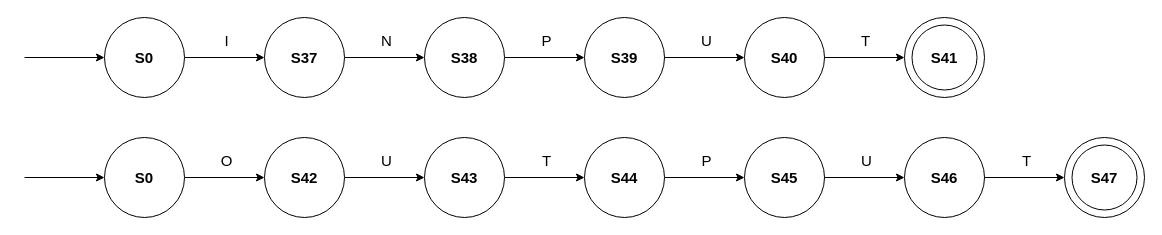
Above: i/oWords.drawio in MonaJea-Ng/Projects (draw.io), before the change. Source tidied: cells renumbered, new cells numbered last; positions are measured from the earlier drawing's top-left corner, leaving out a move shared by most shapes. Both pictures are drawn from the tidied source at 100%, with x=0, y=0 at pixel (24, 17).
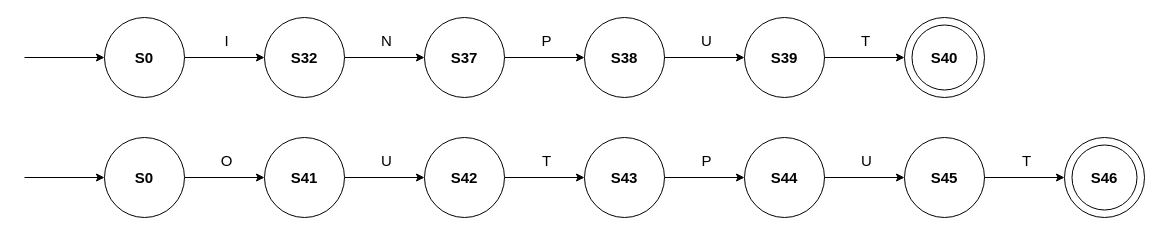
After the change.

Diff of the diagram source:
```diff
@@
-    <mxCell id="6" value="&lt;b style=&quot;font-size: 15px;&quot;&gt;S39&lt;/b&gt;" style="text;html=1;strokeColor=none;fillColor=none;align=center;verticalAlign=middle;whiteSpace=wrap;rounded=0;fontSize=15;" parent="1" vertex="1">
+    <mxCell id="6" value="&lt;b style=&quot;font-size: 15px;&quot;&gt;S38&lt;/b&gt;" style="text;html=1;strokeColor=none;fillColor=none;align=center;verticalAlign=middle;whiteSpace=wrap;rounded=0;fontSize=15;" parent="1" vertex="1">
       <mxGeometry x="570" y="25" width="60" height="30" as="geometry" />
     </mxCell>
-    <mxCell id="7" value="&lt;b&gt;&lt;font style=&quot;font-size: 15px;&quot;&gt;S40&lt;/font&gt;&lt;/b&gt;" style="text;html=1;strokeColor=none;fillColor=none;align=center;verticalAlign=middle;whiteSpace=wrap;rounded=0;" parent="1" vertex="1">
+    <mxCell id="7" value="&lt;b&gt;&lt;font style=&quot;font-size: 15px;&quot;&gt;S39&lt;/font&gt;&lt;/b&gt;" style="text;html=1;strokeColor=none;fillColor=none;align=center;verticalAlign=middle;whiteSpace=wrap;rounded=0;" parent="1" vertex="1">
       <mxGeometry x="730" y="25" width="60" height="30" as="geometry" />
     </mxCell>
@@
-    <mxCell id="12" value="&lt;b&gt;&lt;font style=&quot;font-size: 15px;&quot;&gt;S41&lt;/font&gt;&lt;/b&gt;" style="text;html=1;strokeColor=none;fillColor=none;align=center;verticalAlign=middle;whiteSpace=wrap;rounded=0;" parent="1" vertex="1">
+    <mxCell id="12" value="&lt;b&gt;&lt;font style=&quot;font-size: 15px;&quot;&gt;S40&lt;/font&gt;&lt;/b&gt;" style="text;html=1;strokeColor=none;fillColor=none;align=center;verticalAlign=middle;whiteSpace=wrap;rounded=0;" parent="1" vertex="1">
       <mxGeometry x="890" y="25" width="60" height="30" as="geometry" />
     </mxCell>
@@
-    <mxCell id="16" value="&lt;b style=&quot;font-size: 15px;&quot;&gt;S38&lt;/b&gt;" style="text;html=1;strokeColor=none;fillColor=none;align=center;verticalAlign=middle;whiteSpace=wrap;rounded=0;fontSize=15;" parent="1" vertex="1">
+    <mxCell id="16" value="&lt;b style=&quot;font-size: 15px;&quot;&gt;S37&lt;/b&gt;" style="text;html=1;strokeColor=none;fillColor=none;align=center;verticalAlign=middle;whiteSpace=wrap;rounded=0;fontSize=15;" parent="1" vertex="1">
       <mxGeometry x="410" y="25" width="60" height="30" as="geometry" />
     </mxCell>
@@
-    <mxCell id="19" value="&lt;b style=&quot;font-size: 15px;&quot;&gt;S37&lt;/b&gt;" style="text;html=1;strokeColor=none;fillColor=none;align=center;verticalAlign=middle;whiteSpace=wrap;rounded=0;fontSize=15;" parent="1" vertex="1">
+    <mxCell id="19" value="&lt;b style=&quot;font-size: 15px;&quot;&gt;S32&lt;/b&gt;" style="text;html=1;strokeColor=none;fillColor=none;align=center;verticalAlign=middle;whiteSpace=wrap;rounded=0;fontSize=15;" parent="1" vertex="1">
       <mxGeometry x="250" y="25" width="60" height="30" as="geometry" />
     </mxCell>
@@
-    <mxCell id="30" value="&lt;b style=&quot;font-size: 15px;&quot;&gt;S45&lt;/b&gt;" style="text;html=1;strokeColor=none;fillColor=none;align=center;verticalAlign=middle;whiteSpace=wrap;rounded=0;fontSize=15;" parent="1" vertex="1">
+    <mxCell id="30" value="&lt;b style=&quot;font-size: 15px;&quot;&gt;S44&lt;/b&gt;" style="text;html=1;strokeColor=none;fillColor=none;align=center;verticalAlign=middle;whiteSpace=wrap;rounded=0;fontSize=15;" parent="1" vertex="1">
       <mxGeometry x="730" y="145" width="60" height="30" as="geometry" />
     </mxCell>
-    <mxCell id="31" value="&lt;b&gt;&lt;font style=&quot;font-size: 15px;&quot;&gt;S46&lt;/font&gt;&lt;/b&gt;" style="text;html=1;strokeColor=none;fillColor=none;align=center;verticalAlign=middle;whiteSpace=wrap;rounded=0;" parent="1" vertex="1">
+    <mxCell id="31" value="&lt;b&gt;&lt;font style=&quot;font-size: 15px;&quot;&gt;S45&lt;/font&gt;&lt;/b&gt;" style="text;html=1;strokeColor=none;fillColor=none;align=center;verticalAlign=middle;whiteSpace=wrap;rounded=0;" parent="1" vertex="1">
       <mxGeometry x="890" y="145" width="60" height="30" as="geometry" />
     </mxCell>
@@
-    <mxCell id="36" value="&lt;b&gt;&lt;font style=&quot;font-size: 15px;&quot;&gt;S47&lt;/font&gt;&lt;/b&gt;" style="text;html=1;strokeColor=none;fillColor=none;align=center;verticalAlign=middle;whiteSpace=wrap;rounded=0;" parent="1" vertex="1">
+    <mxCell id="36" value="&lt;b&gt;&lt;font style=&quot;font-size: 15px;&quot;&gt;S46&lt;/font&gt;&lt;/b&gt;" style="text;html=1;strokeColor=none;fillColor=none;align=center;verticalAlign=middle;whiteSpace=wrap;rounded=0;" parent="1" vertex="1">
       <mxGeometry x="1050" y="145" width="60" height="30" as="geometry" />
     </mxCell>
@@
-    <mxCell id="40" value="&lt;b style=&quot;font-size: 15px;&quot;&gt;S44&lt;/b&gt;" style="text;html=1;strokeColor=none;fillColor=none;align=center;verticalAlign=middle;whiteSpace=wrap;rounded=0;fontSize=15;" parent="1" vertex="1">
+    <mxCell id="40" value="&lt;b style=&quot;font-size: 15px;&quot;&gt;S43&lt;/b&gt;" style="text;html=1;strokeColor=none;fillColor=none;align=center;verticalAlign=middle;whiteSpace=wrap;rounded=0;fontSize=15;" parent="1" vertex="1">
       <mxGeometry x="570" y="145" width="60" height="30" as="geometry" />
     </mxCell>
@@
-    <mxCell id="43" value="&lt;b style=&quot;font-size: 15px;&quot;&gt;S43&lt;/b&gt;" style="text;html=1;strokeColor=none;fillColor=none;align=center;verticalAlign=middle;whiteSpace=wrap;rounded=0;fontSize=15;" parent="1" vertex="1">
+    <mxCell id="43" value="&lt;b style=&quot;font-size: 15px;&quot;&gt;S42&lt;/b&gt;" style="text;html=1;strokeColor=none;fillColor=none;align=center;verticalAlign=middle;whiteSpace=wrap;rounded=0;fontSize=15;" parent="1" vertex="1">
       <mxGeometry x="410" y="145" width="60" height="30" as="geometry" />
     </mxCell>
@@
-    <mxCell id="47" value="&lt;b style=&quot;font-size: 15px;&quot;&gt;S42&lt;/b&gt;" style="text;html=1;strokeColor=none;fillColor=none;align=center;verticalAlign=middle;whiteSpace=wrap;rounded=0;fontSize=15;" parent="1" vertex="1">
+    <mxCell id="47" value="&lt;b style=&quot;font-size: 15px;&quot;&gt;S41&lt;/b&gt;" style="text;html=1;strokeColor=none;fillColor=none;align=center;verticalAlign=middle;whiteSpace=wrap;rounded=0;fontSize=15;" parent="1" vertex="1">
       <mxGeometry x="250" y="145" width="60" height="30" as="geometry" />
     </mxCell>
```
